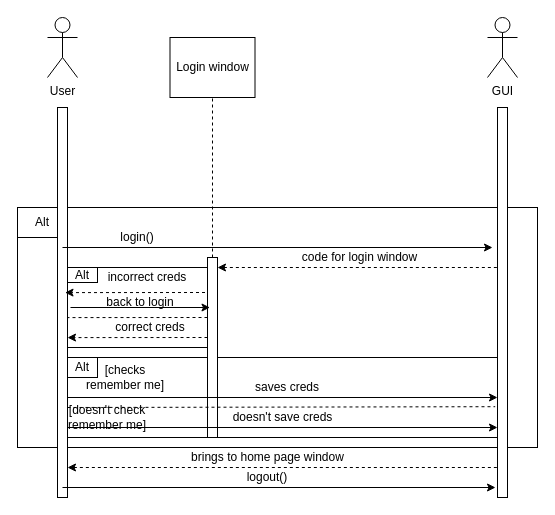
Above: Diagrams/Sequence/sequence_login_logout_GUI.drawio in stpilks99/moodipy (draw.io), before the change. Source tidied: cells renumbered, new cells numbered last; positions are measured from the earlier drawing's top-left corner, leaving out a move shared by most shapes. Both pictures are drawn from the tidied source at 100%, with x=0, y=0 at pixel (17, 17).
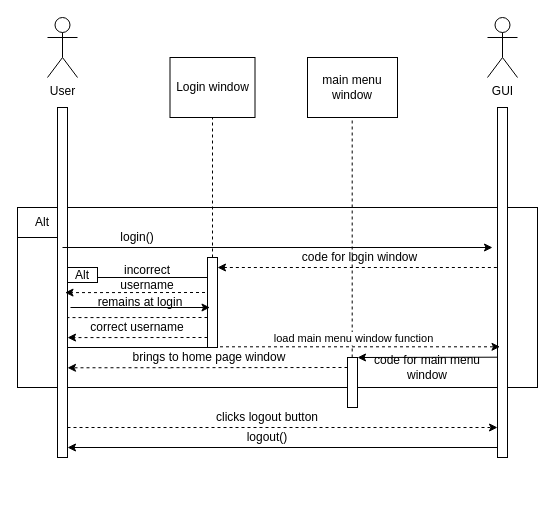
The same page after the edit.

What changed in the source:
```diff
@@
     <mxCell id="2" style="rounded=0;whiteSpace=wrap;html=1;" parent="1" vertex="1">
-      <mxGeometry y="190" width="520" height="240" as="geometry" />
+      <mxGeometry y="190" width="520" height="180" as="geometry" />
     </mxCell>
@@
-    <mxCell id="7" value="Login window" style="rounded=0;whiteSpace=wrap;html=1;" parent="1" vertex="1">
-      <mxGeometry x="152.5" y="20" width="85" height="60" as="geometry" />
-    </mxCell>
@@
-    <mxCell id="11" style="rounded=0;whiteSpace=wrap;html=1;" parent="1" vertex="1">
-      <mxGeometry x="50" y="340" width="430" height="80" as="geometry" />
-    </mxCell>
     <mxCell id="12" style="rounded=0;whiteSpace=wrap;html=1;" parent="1" vertex="1">
-      <mxGeometry x="480" y="90" width="10" height="390" as="geometry" />
+      <mxGeometry x="480" y="90" width="10" height="350" as="geometry" />
     </mxCell>
     <mxCell id="13" style="rounded=0;whiteSpace=wrap;html=1;" parent="1" vertex="1">
-      <mxGeometry x="190" y="240" width="10" height="180" as="geometry" />
+      <mxGeometry x="190" y="240" width="10" height="90" as="geometry" />
     </mxCell>
     <mxCell id="14" style="rounded=0;whiteSpace=wrap;html=1;" parent="1" vertex="1">
-      <mxGeometry x="40" y="90" width="10" height="390" as="geometry" />
+      <mxGeometry x="40" y="90" width="10" height="350" as="geometry" />
     </mxCell>
-    <mxCell id="15" value="Alt" style="rounded=0;whiteSpace=wrap;html=1;" parent="1" vertex="1">
-      <mxGeometry x="50" y="340" width="30" height="20" as="geometry" />
-    </mxCell>
-    <mxCell id="16" value="[checks remember me]" style="text;html=1;strokeColor=none;fillColor=none;align=center;verticalAlign=middle;whiteSpace=wrap;rounded=0;" parent="1" vertex="1">
-      <mxGeometry x="62.5" y="350" width="90" height="20" as="geometry" />
-    </mxCell>
-    <mxCell id="17" value="[doesn't check remember me]" style="text;html=1;strokeColor=none;fillColor=none;align=center;verticalAlign=middle;whiteSpace=wrap;rounded=0;" parent="1" vertex="1">
-      <mxGeometry x="40" y="390" width="100" height="20" as="geometry" />
-    </mxCell>
-    <mxCell id="18" style="endArrow=classic;html=1;" parent="1" edge="1">
-      <mxGeometry relative="1" as="geometry">
-        <mxPoint x="45" y="470" as="sourcePoint" />
-        <mxPoint x="478" y="470" as="targetPoint" />
-      </mxGeometry>
-    </mxCell>
     <mxCell id="19" value="logout()" style="text;html=1;strokeColor=none;fillColor=none;align=center;verticalAlign=middle;whiteSpace=wrap;rounded=0;" parent="1" vertex="1">
-      <mxGeometry x="230" y="450" width="40" height="20" as="geometry" />
+      <mxGeometry x="230" y="410" width="40" height="20" as="geometry" />
     </mxCell>
@@
-    <mxCell id="21" style="endArrow=none;html=1;exitX=1.028;exitY=0.968;exitDx=0;exitDy=0;exitPerimeter=0;endFill=0;dashed=1;" parent="1" edge="1">
-      <mxGeometry relative="1" as="geometry">
-        <mxPoint x="50" y="390" as="sourcePoint" />
-        <mxPoint x="477.7" y="389.2" as="targetPoint" />
-      </mxGeometry>
-    </mxCell>
-    <mxCell id="22" style="edgeStyle=orthogonalEdgeStyle;rounded=0;orthogonalLoop=1;jettySize=auto;html=1;exitX=0.5;exitY=1;exitDx=0;exitDy=0;dashed=1;startArrow=classic;startFill=1;endArrow=none;endFill=0;" parent="1" edge="1" source="16" target="16">
-      <mxGeometry relative="1" as="geometry" />
+    <mxCell id="22" style="edgeStyle=orthogonalEdgeStyle;rounded=0;orthogonalLoop=1;jettySize=auto;html=1;exitX=0.5;exitY=1;exitDx=0;exitDy=0;dashed=1;startArrow=classic;startFill=1;endArrow=none;endFill=0;" parent="1" edge="1">
+      <mxGeometry relative="1" as="geometry">
+        <mxPoint x="107.5" y="370" as="sourcePoint" />
+        <mxPoint x="107.5" y="370" as="targetPoint" />
+      </mxGeometry>
     </mxCell>
-    <mxCell id="23" style="endArrow=classic;html=1;" parent="1" edge="1">
-      <mxGeometry relative="1" as="geometry">
-        <mxPoint x="50" y="380" as="sourcePoint" />
-        <mxPoint x="480" y="380" as="targetPoint" />
-      </mxGeometry>
-    </mxCell>
-    <mxCell id="24" style="endArrow=classic;html=1;" parent="1" edge="1">
-      <mxGeometry relative="1" as="geometry">
-        <mxPoint x="50" y="410" as="sourcePoint" />
-        <mxPoint x="480" y="410" as="targetPoint" />
-      </mxGeometry>
-    </mxCell>
-    <mxCell id="25" value="saves creds" style="text;html=1;strokeColor=none;fillColor=none;align=center;verticalAlign=middle;whiteSpace=wrap;rounded=0;" parent="1" vertex="1">
-      <mxGeometry x="230" y="360" width="80" height="20" as="geometry" />
-    </mxCell>
-    <mxCell id="26" style="endArrow=none;html=1;dashed=1;startArrow=classic;startFill=1;endFill=0;" parent="1" edge="1">
+    <mxCell id="26" style="endArrow=none;html=1;startArrow=classic;startFill=1;endFill=0;" parent="1" edge="1">
       <mxGeometry relative="1" as="geometry">
-        <mxPoint x="50" y="450" as="sourcePoint" />
-        <mxPoint x="480" y="450" as="targetPoint" />
+        <mxPoint x="50" y="430" as="sourcePoint" />
+        <mxPoint x="480" y="430" as="targetPoint" />
       </mxGeometry>
     </mxCell>
-    <mxCell id="27" value="brings to home page window" style="text;html=1;strokeColor=none;fillColor=none;align=center;verticalAlign=middle;whiteSpace=wrap;rounded=0;" parent="1" vertex="1">
-      <mxGeometry x="162.5" y="430" width="175" height="20" as="geometry" />
-    </mxCell>
-    <mxCell id="28" value="doesn't save creds" style="text;html=1;strokeColor=none;fillColor=none;align=center;verticalAlign=middle;whiteSpace=wrap;rounded=0;" parent="1" vertex="1">
-      <mxGeometry x="212.5" y="390" width="105" height="20" as="geometry" />
-    </mxCell>
     <mxCell id="29" style="rounded=0;whiteSpace=wrap;html=1;" parent="1" vertex="1">
-      <mxGeometry x="50" y="250" width="140" height="80" as="geometry" />
+      <mxGeometry x="50" y="260" width="140" height="70" as="geometry" />
     </mxCell>
-    <mxCell id="30" value="incorrect creds" style="text;html=1;strokeColor=none;fillColor=none;align=center;verticalAlign=middle;whiteSpace=wrap;rounded=0;" parent="1" vertex="1">
+    <mxCell id="30" value="incorrect username" style="text;html=1;strokeColor=none;fillColor=none;align=center;verticalAlign=middle;whiteSpace=wrap;rounded=0;" parent="1" vertex="1">
       <mxGeometry x="80" y="250" width="100" height="20" as="geometry" />
     </mxCell>
@@
-    <mxCell id="33" value="back to login" style="text;html=1;strokeColor=none;fillColor=none;align=center;verticalAlign=middle;whiteSpace=wrap;rounded=0;" parent="1" vertex="1">
+    <mxCell id="33" value="remains at login" style="text;html=1;strokeColor=none;fillColor=none;align=center;verticalAlign=middle;whiteSpace=wrap;rounded=0;" parent="1" vertex="1">
       <mxGeometry x="72.5" y="275" width="100" height="20" as="geometry" />
     </mxCell>
-    <mxCell id="34" value="correct creds" style="text;html=1;strokeColor=none;fillColor=none;align=center;verticalAlign=middle;whiteSpace=wrap;rounded=0;" parent="1" vertex="1">
-      <mxGeometry x="72.5" y="300" width="120" height="20" as="geometry" />
+    <mxCell id="34" value="correct username" style="text;html=1;strokeColor=none;fillColor=none;align=center;verticalAlign=middle;whiteSpace=wrap;rounded=0;" parent="1" vertex="1">
+      <mxGeometry x="60" y="300" width="120" height="20" as="geometry" />
     </mxCell>
@@
+    <mxCell id="38" style="endArrow=none;html=1;startArrow=classic;startFill=1;endFill=0;" parent="1" edge="1">
+      <mxGeometry relative="1" as="geometry">
+        <mxPoint x="340" y="340" as="sourcePoint" />
+        <mxPoint x="480" y="339.7" as="targetPoint" />
+      </mxGeometry>
+    </mxCell>
+    <mxCell id="27" value="brings to home page window" style="text;html=1;strokeColor=none;fillColor=none;align=center;verticalAlign=middle;whiteSpace=wrap;rounded=0;" parent="1" vertex="1">
+      <mxGeometry x="107.5" y="330" width="167.5" height="20" as="geometry" />
+    </mxCell>
+    <mxCell id="7" value="Login window" style="rounded=0;whiteSpace=wrap;html=1;" parent="1" vertex="1">
+      <mxGeometry x="152.5" y="40" width="85" height="60" as="geometry" />
+    </mxCell>
+    <mxCell id="39" value="main menu window" style="rounded=0;whiteSpace=wrap;html=1;" parent="1" vertex="1">
+      <mxGeometry x="290" y="40" width="90" height="60" as="geometry" />
+    </mxCell>
+    <mxCell id="40" style="rounded=0;whiteSpace=wrap;html=1;" parent="1" vertex="1">
+      <mxGeometry x="330" y="340" width="10" height="50" as="geometry" />
+    </mxCell>
+    <mxCell id="41" style="endArrow=none;dashed=1;html=1;" parent="1" edge="1">
+      <mxGeometry relative="1" as="geometry">
+        <mxPoint x="334.7" y="340" as="sourcePoint" />
+        <mxPoint x="334.7" y="100" as="targetPoint" />
+      </mxGeometry>
+    </mxCell>
+    <mxCell id="42" value="code for main menu window" style="text;html=1;strokeColor=none;fillColor=none;align=center;verticalAlign=middle;whiteSpace=wrap;rounded=0;" parent="1" vertex="1">
+      <mxGeometry x="350" y="340" width="120" height="20" as="geometry" />
+    </mxCell>
+    <mxCell id="43" style="endArrow=classic;html=1;startArrow=none;startFill=0;endFill=1;dashed=1;" parent="1" edge="1">
+      <mxGeometry relative="1" as="geometry">
+        <mxPoint x="330" y="350" as="sourcePoint" />
+        <mxPoint x="50" y="350.3" as="targetPoint" />
+      </mxGeometry>
+    </mxCell>
+    <mxCell id="44" style="endArrow=classic;html=1;startArrow=none;startFill=0;endFill=1;dashed=1;" parent="1" edge="1">
+      <mxGeometry relative="1" as="geometry">
+        <mxPoint x="50" y="410" as="sourcePoint" />
+        <mxPoint x="480" y="410" as="targetPoint" />
+      </mxGeometry>
+    </mxCell>
+    <mxCell id="45" value="clicks logout button" style="text;html=1;strokeColor=none;fillColor=none;align=center;verticalAlign=middle;whiteSpace=wrap;rounded=0;" parent="1" vertex="1">
+      <mxGeometry x="190" y="390" width="120" height="20" as="geometry" />
+    </mxCell>
+    <mxCell id="46" style="endArrow=classic;html=1;dashed=1;" parent="1" edge="1">
+      <mxGeometry relative="1" as="geometry">
+        <mxPoint x="202.5" y="329.3" as="sourcePoint" />
+        <mxPoint x="482.5" y="329.3" as="targetPoint" />
+      </mxGeometry>
+    </mxCell>
+    <mxCell id="47" value="load main menu window function" style="edgeLabel;html=1;align=center;verticalAlign=middle;" parent="46" vertex="1">
+      <mxGeometry x="-0.3" relative="1" as="geometry">
+        <mxPoint x="34.6" y="-9.3" as="offset" />
+      </mxGeometry>
+    </mxCell>
```
